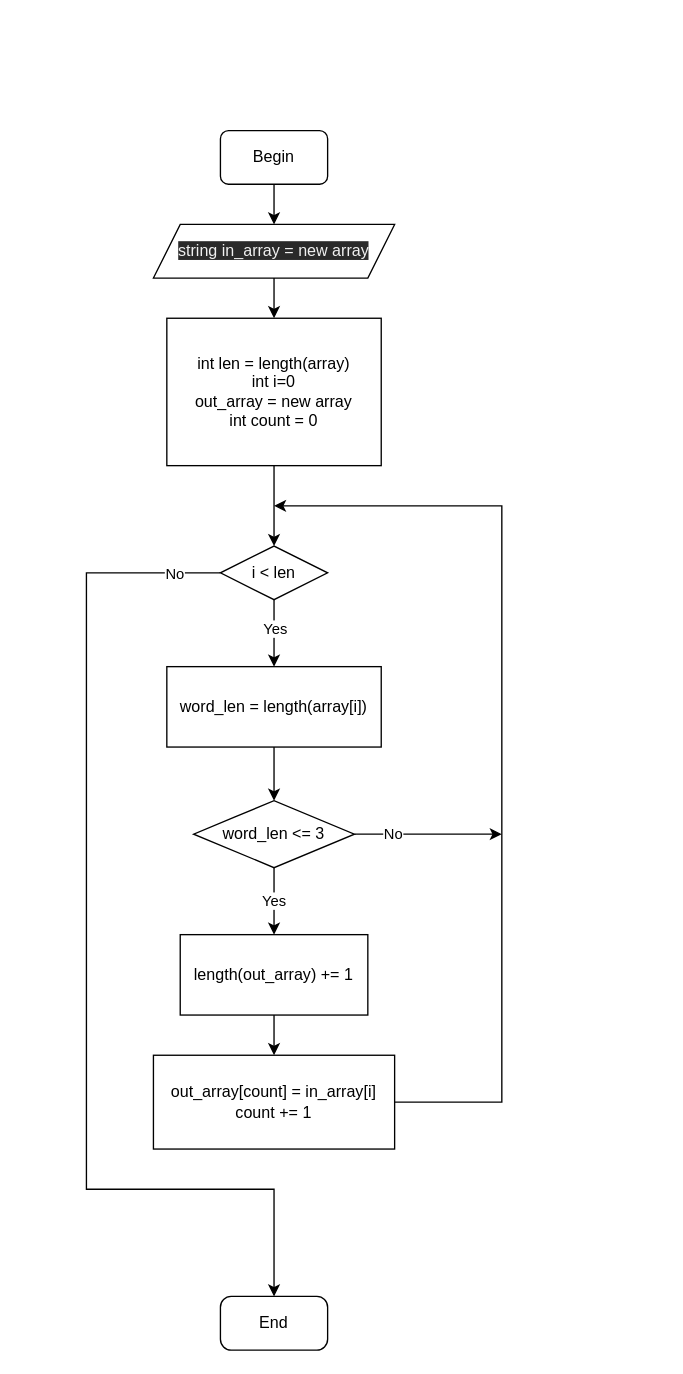
This is block-scheme.drawio from BeliaevAndrey/GBControlWork, a draw.io file, before an edit. Source tidied: cells renumbered, new cells numbered last; positions are measured from the earlier drawing's top-left corner, leaving out a move shared by most shapes. Both pictures are drawn from the tidied source at 134%, with x=0, y=0 at pixel (86, 130).
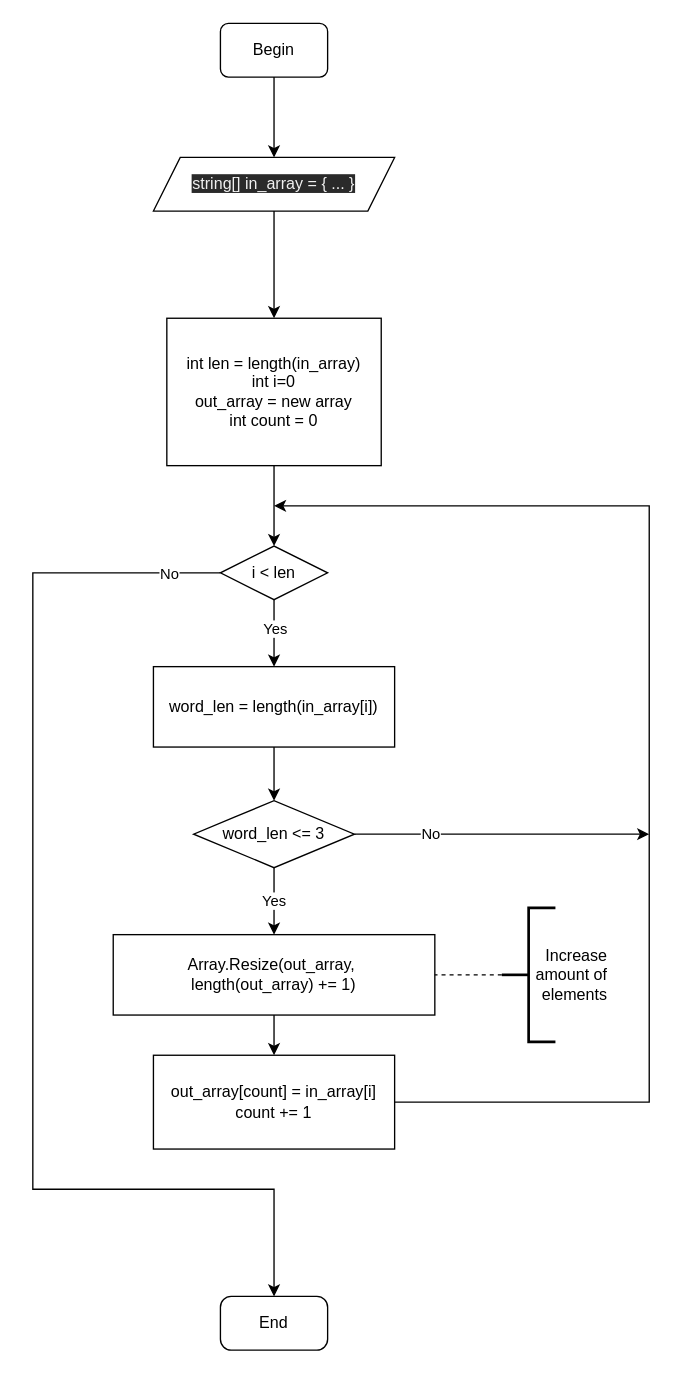
The same page after the edit.

Commit message:
Block-scheme supplemented

Unchanged cells that the change refers to:
```xml
<mxCell id="10" value="i &amp;lt; len" style="rhombus;whiteSpace=wrap;html=1;rounded=1;arcSize=0;" parent="1" vertex="1">
  <mxGeometry x="100" y="310" width="80" height="40" as="geometry" />
</mxCell>
<mxCell id="14" value="word_len &amp;lt;= 3" style="rhombus;whiteSpace=wrap;html=1;rounded=1;arcSize=0;" parent="1" vertex="1">
  <mxGeometry x="80" y="500" width="120" height="50" as="geometry" />
</mxCell>
<mxCell id="18" value="out_array[count] = in_array[i]&lt;br&gt;count += 1" style="whiteSpace=wrap;html=1;rounded=1;arcSize=0;" parent="1" vertex="1">
  <mxGeometry x="50" y="690" width="180" height="70" as="geometry" />
</mxCell>
<mxCell id="23" value="End" style="whiteSpace=wrap;html=1;rounded=1;arcSize=20;" parent="1" vertex="1">
  <mxGeometry x="100" y="870" width="80" height="40" as="geometry" />
</mxCell>
```

Diff of the diagram source:
```diff
@@
     <mxCell id="3" value="Begin" style="rounded=1;whiteSpace=wrap;html=1;" parent="1" vertex="1">
-      <mxGeometry x="100" width="80" height="40" as="geometry" />
+      <mxGeometry x="100" y="-80" width="80" height="40" as="geometry" />
     </mxCell>
@@
-    <mxCell id="5" value="int len = length(array)&lt;br&gt;int i=0&lt;br&gt;out_array = new array&lt;br&gt;int count = 0" style="whiteSpace=wrap;html=1;rounded=1;arcSize=0;" parent="1" vertex="1">
+    <mxCell id="5" value="int len = length(in_array)&lt;br&gt;int i=0&lt;br&gt;out_array = new array&lt;br&gt;int count = 0" style="whiteSpace=wrap;html=1;rounded=1;arcSize=0;" parent="1" vertex="1">
       <mxGeometry x="60" y="140" width="160" height="110" as="geometry" />
     </mxCell>
@@
     <mxCell id="8" style="edgeStyle=none;rounded=0;html=1;exitX=0;exitY=0.5;exitDx=0;exitDy=0;" parent="1" edge="1" source="10" target="23">
       <mxGeometry relative="1" as="geometry">
         <Array as="points">
-          <mxPoint y="330" />
-          <mxPoint y="790" />
+          <mxPoint x="-40" y="330" />
+          <mxPoint x="-40" y="790" />
           <mxPoint x="140" y="790" />
         </Array>
       </mxGeometry>
     </mxCell>
@@
     <mxCell id="11" style="edgeStyle=none;rounded=0;html=1;" parent="1" edge="1" source="14">
       <mxGeometry relative="1" as="geometry">
-        <mxPoint x="310" y="525" as="targetPoint" />
+        <mxPoint x="420" y="525" as="targetPoint" />
       </mxGeometry>
     </mxCell>
@@
-    <mxCell id="16" value="word_len = length(array[i])" style="whiteSpace=wrap;html=1;rounded=1;arcSize=0;" parent="1" vertex="1">
-      <mxGeometry x="60" y="400" width="160" height="60" as="geometry" />
+    <mxCell id="16" value="word_len = length(in_array[i])" style="whiteSpace=wrap;html=1;rounded=1;arcSize=0;" parent="1" vertex="1">
+      <mxGeometry x="50" y="400" width="180" height="60" as="geometry" />
     </mxCell>
     <mxCell id="17" style="edgeStyle=none;rounded=0;html=1;exitX=1;exitY=0.5;exitDx=0;exitDy=0;" parent="1" edge="1" source="18">
       <mxGeometry relative="1" as="geometry">
         <mxPoint x="140" y="280" as="targetPoint" />
         <Array as="points">
-          <mxPoint x="310" y="725" />
-          <mxPoint x="310" y="280" />
+          <mxPoint x="420" y="725" />
+          <mxPoint x="420" y="280" />
         </Array>
       </mxGeometry>
     </mxCell>
@@
-    <mxCell id="20" value="length(out_array) += 1" style="whiteSpace=wrap;html=1;rounded=1;arcSize=0;" parent="1" vertex="1">
-      <mxGeometry x="70" y="600" width="140" height="60" as="geometry" />
+    <mxCell id="20" value="Array.Resize(out_array,&amp;nbsp;&lt;br&gt;length(out_array) += 1)" style="whiteSpace=wrap;html=1;rounded=1;arcSize=0;" parent="1" vertex="1">
+      <mxGeometry x="20" y="600" width="240" height="60" as="geometry" />
     </mxCell>
@@
-    <mxCell id="22" value="&lt;span style=&quot;color: rgb(240, 240, 240); font-family: helvetica; font-size: 12px; font-style: normal; font-weight: 400; letter-spacing: normal; text-align: center; text-indent: 0px; text-transform: none; word-spacing: 0px; background-color: rgb(42, 42, 42); display: inline; float: none;&quot;&gt;string in_array = new array&lt;/span&gt;" style="shape=parallelogram;perimeter=parallelogramPerimeter;whiteSpace=wrap;html=1;fixedSize=1;" parent="1" vertex="1">
-      <mxGeometry x="50" y="70" width="180" height="40" as="geometry" />
+    <mxCell id="22" value="&lt;span style=&quot;color: rgb(240 , 240 , 240) ; font-family: &amp;#34;helvetica&amp;#34; ; font-size: 12px ; font-style: normal ; font-weight: 400 ; letter-spacing: normal ; text-align: center ; text-indent: 0px ; text-transform: none ; word-spacing: 0px ; background-color: rgb(42 , 42 , 42) ; display: inline ; float: none&quot;&gt;string[] in_array = { ... }&lt;/span&gt;" style="shape=parallelogram;perimeter=parallelogramPerimeter;whiteSpace=wrap;html=1;fixedSize=1;" parent="1" vertex="1">
+      <mxGeometry x="50" y="20" width="180" height="40" as="geometry" />
     </mxCell>
@@
+    <mxCell id="24" style="edgeStyle=none;html=1;dashed=1;endArrow=none;endFill=0;" parent="1" edge="1" source="25" target="20">
+      <mxGeometry relative="1" as="geometry" />
+    </mxCell>
+    <mxCell id="25" value="&lt;span&gt;Increase&lt;/span&gt;&lt;br&gt;&lt;span&gt;amount of&lt;/span&gt;&lt;br&gt;&lt;span&gt;elements&lt;/span&gt;" style="strokeWidth=2;html=1;shape=mxgraph.flowchart.annotation_2;align=right;labelPosition=right;rotation=0;" parent="1" vertex="1">
+      <mxGeometry x="310" y="580" width="40" height="100" as="geometry" />
+    </mxCell>
```
